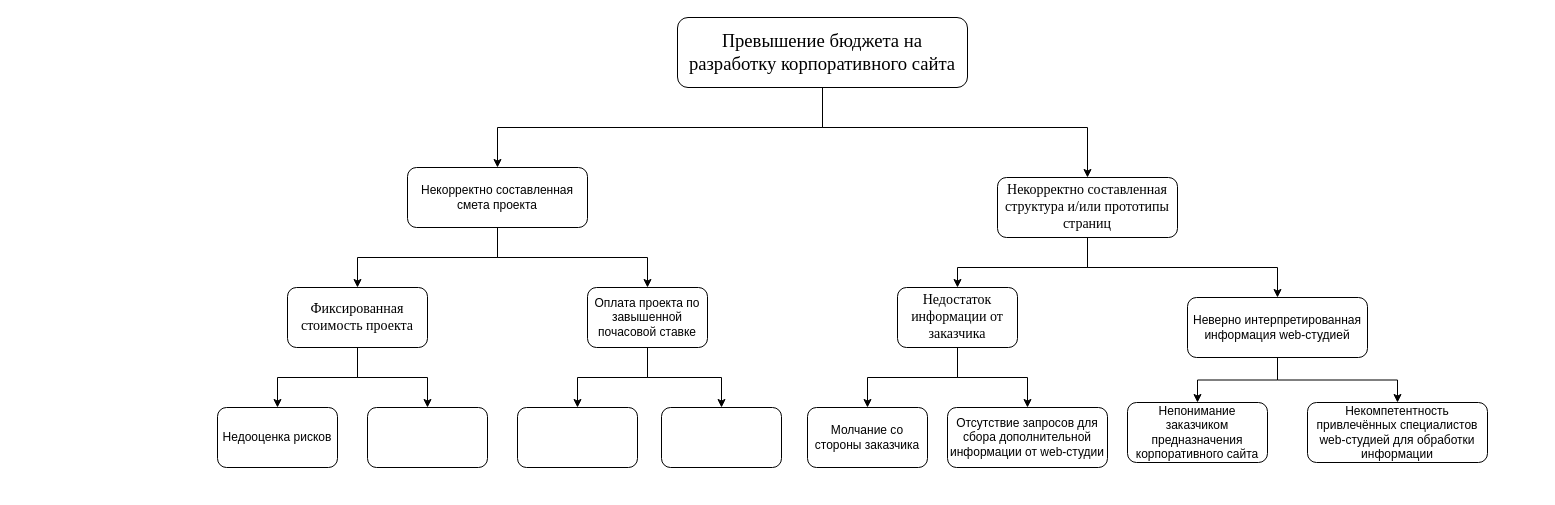
Luzinsan/tusur keeps this draw.io diagram as page "Дерево причин" (7 of 7) of 3 курс/5 семестр/ТСиСА/Курсовая/модели2ч.drawio. Above is the earlier version. Source tidied: cells renumbered, new cells numbered last; positions are measured from the earlier drawing's top-left corner, leaving out a move shared by most shapes. Both pictures are drawn from the tidied source at 100%, with x=0, y=0 at pixel (217, 17).
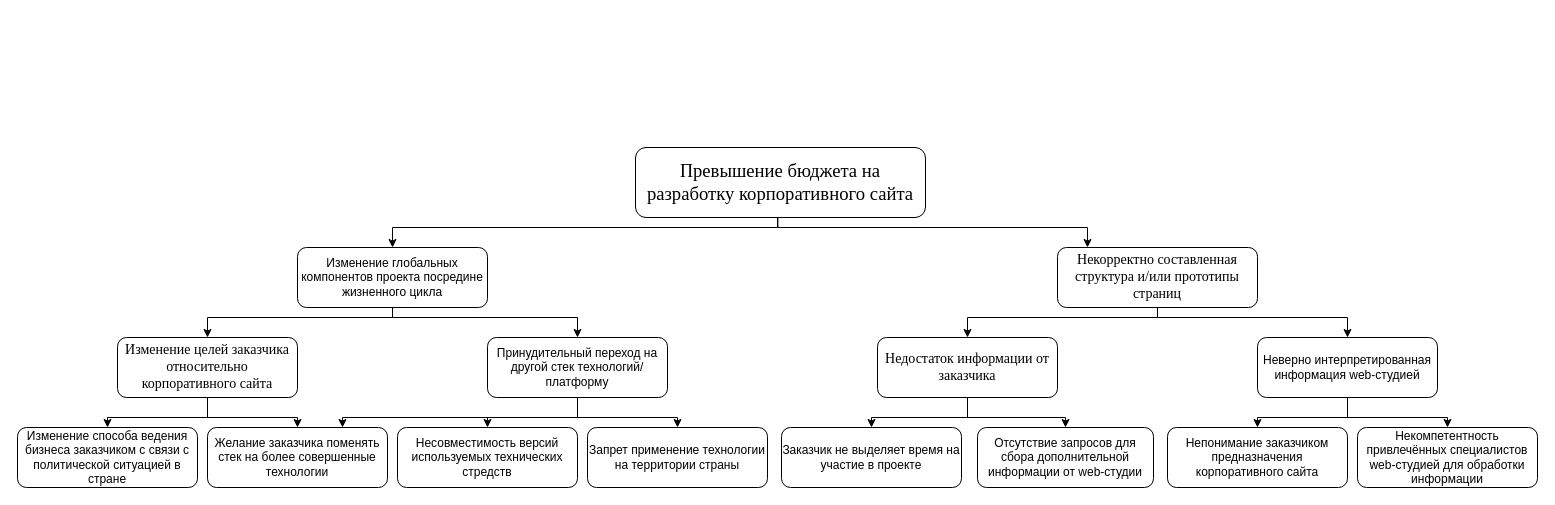
The same page after the edit.

What changed in the source:
```diff
@@
-    <mxCell id="2" style="edgeStyle=orthogonalEdgeStyle;rounded=0;jettySize=auto;html=1;entryX=0.5;entryY=0;entryDx=0;entryDy=0;" parent="1" edge="1" source="4" target="7">
+    <mxCell id="2" style="edgeStyle=orthogonalEdgeStyle;rounded=0;jettySize=auto;html=1;entryX=0.5;entryY=0;entryDx=0;entryDy=0;exitX=0.5;exitY=1;exitDx=0;exitDy=0;" parent="1" edge="1" source="4" target="7">
       <mxGeometry relative="1" as="geometry">
         <Array as="points">
-          <mxPoint x="605" y="110" />
-          <mxPoint x="280" y="110" />
+          <mxPoint x="560" y="200" />
+          <mxPoint x="560" y="210" />
+          <mxPoint x="175" y="210" />
         </Array>
       </mxGeometry>
     </mxCell>
-    <mxCell id="3" style="edgeStyle=orthogonalEdgeStyle;rounded=0;jettySize=auto;html=1;" parent="1" edge="1" source="4" target="10">
+    <mxCell id="3" style="edgeStyle=orthogonalEdgeStyle;rounded=0;jettySize=auto;html=1;exitX=0.491;exitY=1.008;exitDx=0;exitDy=0;exitPerimeter=0;" parent="1" edge="1" source="4" target="10">
       <mxGeometry relative="1" as="geometry">
         <Array as="points">
-          <mxPoint x="605" y="110" />
-          <mxPoint x="870" y="110" />
+          <mxPoint x="560" y="210" />
+          <mxPoint x="870" y="210" />
         </Array>
       </mxGeometry>
     </mxCell>
     <mxCell id="4" value="&lt;div style=&quot;text-align: center; text-indent: 0px;&quot;&gt;&lt;span style=&quot;background-color: transparent; text-align: left; text-indent: 1.25cm; font-size: 18px;&quot;&gt;&lt;font face=&quot;Times New Roman&quot;&gt;П&lt;/font&gt;&lt;/span&gt;&lt;span style=&quot;background-color: transparent; font-family: &amp;quot;Times New Roman&amp;quot;, serif; font-size: 14pt; text-align: left; text-indent: 1.25cm;&quot;&gt;ревышение бюджета на разработку корпоративного сайта&lt;/span&gt;&lt;/div&gt;" style="rounded=1;whiteSpace=wrap;html=1;" parent="1" vertex="1">
-      <mxGeometry x="460" width="290" height="70" as="geometry" />
+      <mxGeometry x="418" y="130" width="290" height="70" as="geometry" />
     </mxCell>
-    <mxCell id="5" style="edgeStyle=orthogonalEdgeStyle;rounded=0;jettySize=auto;html=1;entryX=0.5;entryY=0;entryDx=0;entryDy=0;fontFamily=Times New Roman;fontSize=14;exitX=0.5;exitY=1;exitDx=0;exitDy=0;" parent="1" edge="1" source="7" target="13">
+    <mxCell id="5" style="edgeStyle=orthogonalEdgeStyle;rounded=0;jettySize=auto;html=1;fontFamily=Times New Roman;fontSize=14;exitX=0.5;exitY=1;exitDx=0;exitDy=0;entryX=0.5;entryY=0;entryDx=0;entryDy=0;" parent="1" edge="1" source="7" target="13">
       <mxGeometry relative="1" as="geometry">
         <Array as="points">
-          <mxPoint x="280" y="240" />
-          <mxPoint x="140" y="240" />
+          <mxPoint x="175" y="300" />
+          <mxPoint x="-10" y="300" />
         </Array>
       </mxGeometry>
     </mxCell>
     <mxCell id="6" style="edgeStyle=orthogonalEdgeStyle;rounded=0;jettySize=auto;html=1;exitX=0.5;exitY=1;exitDx=0;exitDy=0;entryX=0.5;entryY=0;entryDx=0;entryDy=0;fontFamily=Times New Roman;fontSize=14;" parent="1" edge="1" source="7" target="16">
-      <mxGeometry relative="1" as="geometry" />
+      <mxGeometry relative="1" as="geometry">
+        <Array as="points">
+          <mxPoint x="175" y="300" />
+          <mxPoint x="360" y="300" />
+        </Array>
+      </mxGeometry>
     </mxCell>
-    <mxCell id="7" value="Некорректно составленная смета проекта" style="rounded=1;whiteSpace=wrap;html=1;" parent="1" vertex="1">
-      <mxGeometry x="190" y="150" width="180" height="60" as="geometry" />
+    <mxCell id="7" value="Изменение глобальных компонентов проекта посредине жизненного цикла" style="rounded=1;whiteSpace=wrap;html=1;" parent="1" vertex="1">
+      <mxGeometry x="80" y="230" width="190" height="60" as="geometry" />
     </mxCell>
     <mxCell id="8" style="edgeStyle=orthogonalEdgeStyle;rounded=0;jettySize=auto;html=1;entryX=0.5;entryY=0;entryDx=0;entryDy=0;" parent="1" edge="1" source="10" target="19">
       <mxGeometry relative="1" as="geometry">
         <Array as="points">
-          <mxPoint x="870" y="250" />
-          <mxPoint x="740" y="250" />
+          <mxPoint x="940" y="300" />
+          <mxPoint x="750" y="300" />
         </Array>
       </mxGeometry>
     </mxCell>
     <mxCell id="9" style="edgeStyle=orthogonalEdgeStyle;rounded=0;jettySize=auto;html=1;entryX=0.5;entryY=0;entryDx=0;entryDy=0;" parent="1" edge="1" source="10" target="22">
       <mxGeometry relative="1" as="geometry">
         <Array as="points">
-          <mxPoint x="870" y="250" />
-          <mxPoint x="1060" y="250" />
+          <mxPoint x="940" y="300" />
+          <mxPoint x="1130" y="300" />
         </Array>
       </mxGeometry>
     </mxCell>
     <mxCell id="10" value="Некорректно составленная структура и/или прототипы страниц" style="rounded=1;whiteSpace=wrap;html=1;fontFamily=Times New Roman;fontSize=14;" parent="1" vertex="1">
-      <mxGeometry x="780" y="160" width="180" height="60" as="geometry" />
+      <mxGeometry x="840" y="230" width="200" height="60" as="geometry" />
     </mxCell>
@@
-    <mxCell id="13" value="Фиксированная стоимость проекта" style="rounded=1;whiteSpace=wrap;html=1;fontFamily=Times New Roman;fontSize=14;" parent="1" vertex="1">
-      <mxGeometry x="70" y="270" width="140" height="60" as="geometry" />
+    <mxCell id="13" value="Изменение целей заказчика относительно корпоративного сайта" style="rounded=1;whiteSpace=wrap;html=1;fontFamily=Times New Roman;fontSize=14;" parent="1" vertex="1">
+      <mxGeometry x="-100" y="320" width="180" height="60" as="geometry" />
     </mxCell>
@@
+    <mxCell id="31" style="edgeStyle=orthogonalEdgeStyle;rounded=0;jettySize=auto;html=1;entryX=0.75;entryY=0;entryDx=0;entryDy=0;" parent="1" edge="1" source="16" target="24">
+      <mxGeometry relative="1" as="geometry">
+        <Array as="points">
+          <mxPoint x="360" y="400" />
+          <mxPoint x="125" y="400" />
+        </Array>
+      </mxGeometry>
+    </mxCell>
-    <mxCell id="16" value="Оплата проекта по завышенной почасовой ставке" style="rounded=1;whiteSpace=wrap;html=1;" parent="1" vertex="1">
-      <mxGeometry x="370" y="270" width="120" height="60" as="geometry" />
+    <mxCell id="16" value="Принудительный переход на другой стек технологий/платформу" style="rounded=1;whiteSpace=wrap;html=1;" parent="1" vertex="1">
+      <mxGeometry x="270" y="320" width="180" height="60" as="geometry" />
     </mxCell>
-    <mxCell id="17" style="edgeStyle=orthogonalEdgeStyle;rounded=0;jettySize=auto;html=1;entryX=0.5;entryY=0;entryDx=0;entryDy=0;" parent="1" edge="1" source="19" target="25">
+    <mxCell id="17" style="edgeStyle=orthogonalEdgeStyle;rounded=0;jettySize=auto;html=1;entryX=0.5;entryY=0;entryDx=0;entryDy=0;exitX=0.5;exitY=1;exitDx=0;exitDy=0;" parent="1" edge="1" source="19" target="25">
       <mxGeometry relative="1" as="geometry">
         <Array as="points">
-          <mxPoint x="740" y="360" />
-          <mxPoint x="650" y="360" />
+          <mxPoint x="750" y="400" />
+          <mxPoint x="654" y="400" />
         </Array>
       </mxGeometry>
     </mxCell>
@@
     <mxCell id="19" value="&lt;font face=&quot;Times New Roman&quot;&gt;&lt;span style=&quot;font-size: 14px;&quot;&gt;Недостаток информации от заказчика&lt;/span&gt;&lt;/font&gt;" style="rounded=1;whiteSpace=wrap;html=1;" parent="1" vertex="1">
-      <mxGeometry x="680" y="270" width="120" height="60" as="geometry" />
+      <mxGeometry x="660" y="320" width="180" height="60" as="geometry" />
     </mxCell>
@@
     <mxCell id="22" value="Неверно интерпретированная информация web-студией" style="rounded=1;whiteSpace=wrap;html=1;" parent="1" vertex="1">
-      <mxGeometry x="970" y="280" width="180" height="60" as="geometry" />
+      <mxGeometry x="1040" y="320" width="180" height="60" as="geometry" />
     </mxCell>
-    <mxCell id="23" value="Недооценка рисков" style="rounded=1;whiteSpace=wrap;html=1;" parent="1" vertex="1">
-      <mxGeometry y="390" width="120" height="60" as="geometry" />
+    <mxCell id="23" value="Изменение способа ведения бизнеса заказчиком с связи с политической ситуацией в стране" style="rounded=1;whiteSpace=wrap;html=1;" parent="1" vertex="1">
+      <mxGeometry x="-200" y="410" width="180" height="60" as="geometry" />
     </mxCell>
-    <mxCell id="24" style="rounded=1;whiteSpace=wrap;html=1;" parent="1" vertex="1">
-      <mxGeometry x="150" y="390" width="120" height="60" as="geometry" />
+    <mxCell id="24" value="Желание заказчика поменять стек на более совершенные технологии" style="rounded=1;whiteSpace=wrap;html=1;" parent="1" vertex="1">
+      <mxGeometry x="-10" y="410" width="180" height="60" as="geometry" />
     </mxCell>
-    <mxCell id="25" value="Молчание со стороны заказчика" style="rounded=1;whiteSpace=wrap;html=1;" parent="1" vertex="1">
-      <mxGeometry x="590" y="390" width="120" height="60" as="geometry" />
+    <mxCell id="25" value="Заказчик не выделяет время на участие в проекте" style="rounded=1;whiteSpace=wrap;html=1;" parent="1" vertex="1">
+      <mxGeometry x="564" y="410" width="180" height="60" as="geometry" />
     </mxCell>
     <mxCell id="26" value="Отсутствие запросов для сбора дополнительной информации от web-студии" style="rounded=1;whiteSpace=wrap;html=1;" parent="1" vertex="1">
-      <mxGeometry x="730" y="390" width="160" height="60" as="geometry" />
+      <mxGeometry x="760" y="410" width="176" height="60" as="geometry" />
     </mxCell>
     <mxCell id="27" value="Непонимание заказчиком предназначения корпоративного сайта" style="rounded=1;whiteSpace=wrap;html=1;" parent="1" vertex="1">
-      <mxGeometry x="910" y="385" width="140" height="60" as="geometry" />
+      <mxGeometry x="950" y="410" width="180" height="60" as="geometry" />
     </mxCell>
-    <mxCell id="28" style="rounded=1;whiteSpace=wrap;html=1;" parent="1" vertex="1">
-      <mxGeometry x="300" y="390" width="120" height="60" as="geometry" />
+    <mxCell id="28" value="Несовместимость версий используемых технических стредств" style="rounded=1;whiteSpace=wrap;html=1;" parent="1" vertex="1">
+      <mxGeometry x="180" y="410" width="180" height="60" as="geometry" />
     </mxCell>
     <mxCell id="29" value="Некомпетентность привлечённых специалистов web-студией для обработки информации" style="rounded=1;whiteSpace=wrap;html=1;" parent="1" vertex="1">
-      <mxGeometry x="1090" y="385" width="180" height="60" as="geometry" />
+      <mxGeometry x="1140" y="410" width="180" height="60" as="geometry" />
     </mxCell>
-    <mxCell id="30" style="rounded=1;whiteSpace=wrap;html=1;" parent="1" vertex="1">
-      <mxGeometry x="444" y="390" width="120" height="60" as="geometry" />
+    <mxCell id="30" value="Запрет применение технологии на территории страны" style="rounded=1;whiteSpace=wrap;html=1;" parent="1" vertex="1">
+      <mxGeometry x="370" y="410" width="180" height="60" as="geometry" />
     </mxCell>
```
